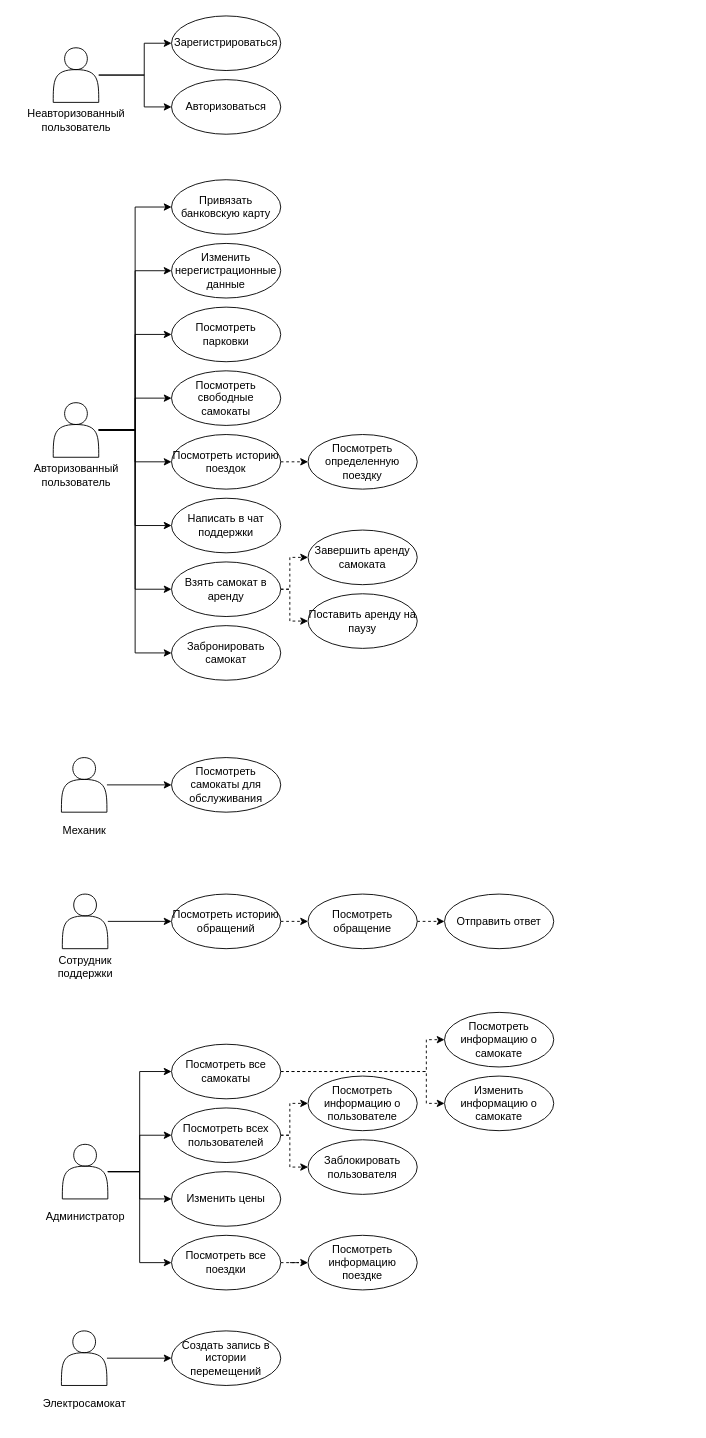
This is docs/inc/img/use-cases.drawio from matveycodes/bmstu-db-cw, a draw.io file, before an edit. Source tidied: cells renumbered, new cells numbered last; positions are measured from the earlier drawing's top-left corner, leaving out a move shared by most shapes. Both pictures are drawn from the tidied source at 91%, with x=0, y=0 at pixel (16, 15).
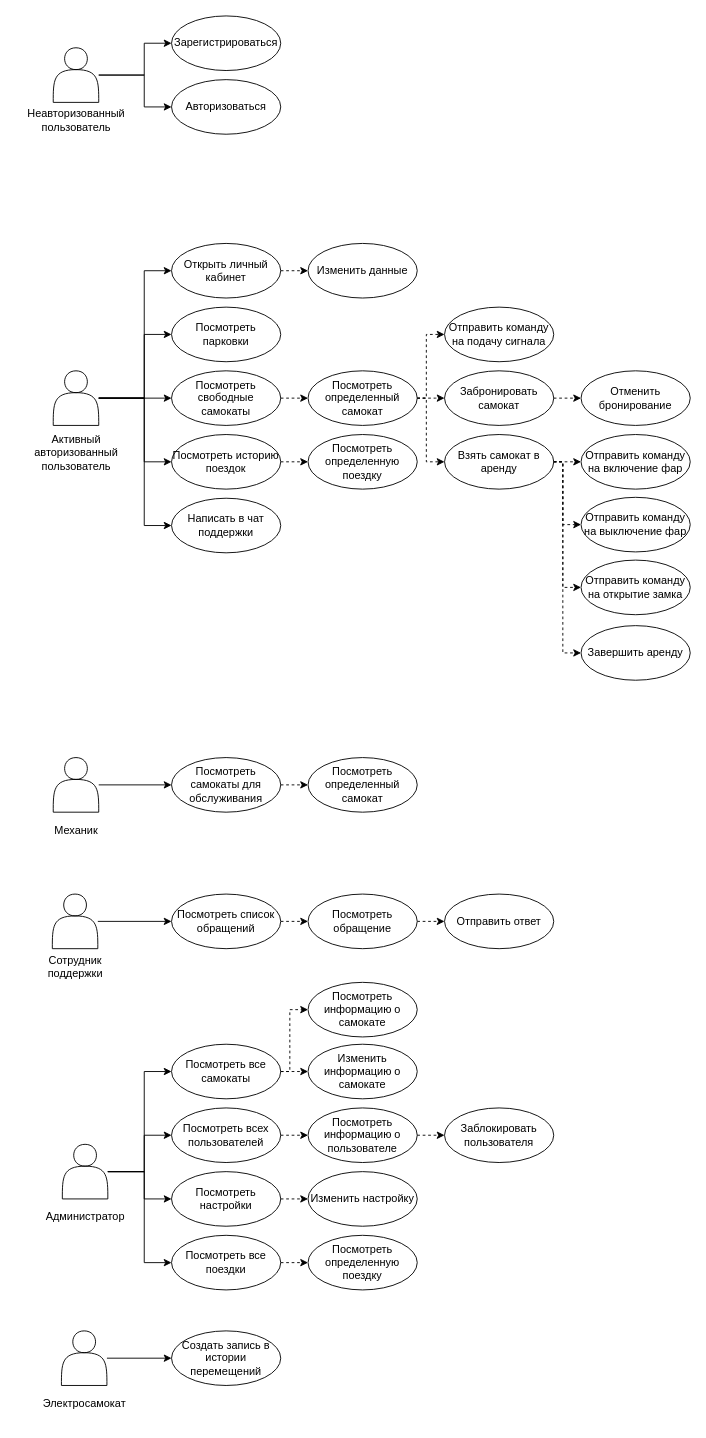
The same diagram, later.

The change refers to these unchanged cells:
```xml
<mxCell id="10" style="shape=actor;whiteSpace=wrap;html=1;" parent="9" vertex="1">
  <mxGeometry x="40" width="50" height="60" as="geometry" />
</mxCell>
<mxCell id="12" style="group;" parent="1" vertex="1">
  <mxGeometry x="170" y="180" width="270" height="550" as="geometry" />
</mxCell>
<mxCell id="15" value="Посмотреть парковки" style="ellipse;whiteSpace=wrap;html=1;" parent="12" vertex="1">
  <mxGeometry y="140" width="120" height="60" as="geometry" />
</mxCell>
<mxCell id="16" value="Посмотреть свободные самокаты" style="ellipse;whiteSpace=wrap;html=1;" parent="12" vertex="1">
  <mxGeometry y="210" width="120" height="60" as="geometry" />
</mxCell>
<mxCell id="18" value="Посмотреть историю поездок" style="ellipse;whiteSpace=wrap;html=1;" parent="12" vertex="1">
  <mxGeometry y="280" width="120" height="60" as="geometry" />
</mxCell>
<mxCell id="20" value="Написать в чат поддержки" style="ellipse;whiteSpace=wrap;html=1;" parent="12" vertex="1">
  <mxGeometry y="350" width="120" height="60" as="geometry" />
</mxCell>
<mxCell id="38" value="Посмотреть самокаты для обслуживания" style="ellipse;whiteSpace=wrap;html=1;" parent="1" vertex="1">
  <mxGeometry x="170" y="815" width="120" height="60" as="geometry" />
</mxCell>
<mxCell id="50" style="shape=actor;whiteSpace=wrap;html=1;" parent="49" vertex="1">
  <mxGeometry x="40" width="50" height="60" as="geometry" />
</mxCell>
<mxCell id="54" value="Посмотреть все самокаты" style="ellipse;whiteSpace=wrap;html=1;" parent="1" vertex="1">
  <mxGeometry x="170" y="1130" width="120" height="60" as="geometry" />
</mxCell>
<mxCell id="57" value="Посмотреть всех пользователей" style="ellipse;whiteSpace=wrap;html=1;" parent="1" vertex="1">
  <mxGeometry x="170" y="1200" width="120" height="60" as="geometry" />
</mxCell>
<mxCell id="61" value="Посмотреть все поездки" style="ellipse;whiteSpace=wrap;html=1;" parent="1" vertex="1">
  <mxGeometry x="170" y="1340" width="120" height="60" as="geometry" />
</mxCell>
```

Change to the diagram source:
```diff
@@
     <mxCell id="9" style="group;" parent="1" vertex="1">
-      <mxGeometry y="425" width="130" height="100" as="geometry" />
+      <mxGeometry y="390" width="195" height="110" as="geometry" />
     </mxCell>
@@
-    <mxCell id="11" value="Авторизованный&lt;br&gt;пользователь" style="text;html=1;align=center;verticalAlign=middle;strokeColor=none;fillColor=none;" parent="9" vertex="1">
-      <mxGeometry x="5" y="60" width="120" height="40" as="geometry" />
+    <mxCell id="11" value="Активный&lt;br&gt;авторизованный&lt;br&gt;пользователь" style="text;html=1;align=center;verticalAlign=middle;strokeColor=none;fillColor=none;" parent="9" vertex="1">
+      <mxGeometry x="5" y="60" width="120" height="60" as="geometry" />
     </mxCell>
@@
-    <mxCell id="13" value="Привязать банковскую карту" style="ellipse;whiteSpace=wrap;html=1;" parent="12" vertex="1">
-      <mxGeometry width="120" height="60" as="geometry" />
-    </mxCell>
-    <mxCell id="14" value="Изменить нерегистрационные данные" style="ellipse;whiteSpace=wrap;html=1;" parent="12" vertex="1">
+    <mxCell id="14" value="Открыть личный кабинет" style="ellipse;whiteSpace=wrap;html=1;" parent="12" vertex="1">
       <mxGeometry y="70" width="120" height="60" as="geometry" />
     </mxCell>
@@
-    <mxCell id="21" style="edgeStyle=orthogonalEdgeStyle;rounded=0;jettySize=auto;html=1;entryX=0;entryY=0.5;entryDx=0;entryDy=0;dashed=1;" parent="12" edge="1" source="23" target="24">
-      <mxGeometry relative="1" as="geometry">
-        <Array as="points">
-          <mxPoint x="130" y="450" />
-          <mxPoint x="130" y="415" />
-        </Array>
-      </mxGeometry>
-    </mxCell>
-    <mxCell id="22" style="edgeStyle=orthogonalEdgeStyle;rounded=0;jettySize=auto;html=1;entryX=0;entryY=0.5;entryDx=0;entryDy=0;dashed=1;" parent="12" edge="1" source="23" target="25">
-      <mxGeometry relative="1" as="geometry">
-        <Array as="points">
-          <mxPoint x="130" y="450" />
-          <mxPoint x="130" y="485" />
-        </Array>
-      </mxGeometry>
-    </mxCell>
-    <mxCell id="23" value="Взять самокат в аренду" style="ellipse;whiteSpace=wrap;html=1;" parent="12" vertex="1">
-      <mxGeometry y="420" width="120" height="60" as="geometry" />
-    </mxCell>
-    <mxCell id="24" value="Завершить аренду самоката" style="ellipse;whiteSpace=wrap;html=1;" parent="12" vertex="1">
-      <mxGeometry x="150" y="385" width="120" height="60" as="geometry" />
-    </mxCell>
-    <mxCell id="25" value="Поставить аренду на паузу" style="ellipse;whiteSpace=wrap;html=1;" parent="12" vertex="1">
-      <mxGeometry x="150" y="455" width="120" height="60" as="geometry" />
-    </mxCell>
-    <mxCell id="26" value="Забронировать самокат" style="ellipse;whiteSpace=wrap;html=1;" parent="12" vertex="1">
-      <mxGeometry y="490" width="120" height="60" as="geometry" />
-    </mxCell>
-    <mxCell id="27" style="edgeStyle=orthogonalEdgeStyle;rounded=0;jettySize=auto;html=1;entryX=0;entryY=0.5;entryDx=0;entryDy=0;" parent="1" edge="1" source="10" target="13">
-      <mxGeometry relative="1" as="geometry" />
-    </mxCell>
+    <mxCell id="75" value="Изменить данные" style="ellipse;whiteSpace=wrap;html=1;" parent="12" vertex="1">
+      <mxGeometry x="150" y="70" width="120" height="60" as="geometry" />
+    </mxCell>
+    <mxCell id="76" style="edgeStyle=orthogonalEdgeStyle;rounded=0;jettySize=auto;html=1;exitX=1;exitY=0.5;exitDx=0;exitDy=0;entryX=0;entryY=0.5;entryDx=0;entryDy=0;dashed=1;" parent="12" edge="1" source="14" target="75">
+      <mxGeometry relative="1" as="geometry" />
+    </mxCell>
+    <mxCell id="77" value="Посмотреть определенный самокат" style="ellipse;whiteSpace=wrap;html=1;" parent="12" vertex="1">
+      <mxGeometry x="150" y="210" width="120" height="60" as="geometry" />
+    </mxCell>
+    <mxCell id="78" style="edgeStyle=orthogonalEdgeStyle;rounded=0;jettySize=auto;html=1;exitX=1;exitY=0.5;exitDx=0;exitDy=0;entryX=0;entryY=0.5;entryDx=0;entryDy=0;dashed=1;" parent="12" edge="1" source="16" target="77">
+      <mxGeometry relative="1" as="geometry" />
+    </mxCell>
     <mxCell id="28" style="edgeStyle=orthogonalEdgeStyle;rounded=0;jettySize=auto;html=1;entryX=0;entryY=0.5;entryDx=0;entryDy=0;" parent="1" edge="1" source="10" target="14">
-      <mxGeometry relative="1" as="geometry" />
+      <mxGeometry relative="1" as="geometry">
+        <Array as="points">
+          <mxPoint x="140" y="420" />
+          <mxPoint x="140" y="280" />
+        </Array>
+      </mxGeometry>
     </mxCell>
     <mxCell id="29" style="edgeStyle=orthogonalEdgeStyle;rounded=0;jettySize=auto;html=1;entryX=0;entryY=0.5;entryDx=0;entryDy=0;" parent="1" edge="1" source="10" target="15">
-      <mxGeometry relative="1" as="geometry" />
+      <mxGeometry relative="1" as="geometry">
+        <Array as="points">
+          <mxPoint x="140" y="420" />
+          <mxPoint x="140" y="350" />
+        </Array>
+      </mxGeometry>
     </mxCell>
@@
     <mxCell id="31" style="edgeStyle=orthogonalEdgeStyle;rounded=0;jettySize=auto;html=1;entryX=0;entryY=0.5;entryDx=0;entryDy=0;" parent="1" edge="1" source="10" target="18">
-      <mxGeometry relative="1" as="geometry" />
+      <mxGeometry relative="1" as="geometry">
+        <Array as="points">
+          <mxPoint x="140" y="420" />
+          <mxPoint x="140" y="490" />
+        </Array>
+      </mxGeometry>
     </mxCell>
     <mxCell id="32" style="edgeStyle=orthogonalEdgeStyle;rounded=0;jettySize=auto;html=1;entryX=0;entryY=0.5;entryDx=0;entryDy=0;" parent="1" edge="1" source="10" target="20">
-      <mxGeometry relative="1" as="geometry" />
+      <mxGeometry relative="1" as="geometry">
+        <Array as="points">
+          <mxPoint x="140" y="420" />
+          <mxPoint x="140" y="560" />
+        </Array>
+      </mxGeometry>
     </mxCell>
-    <mxCell id="33" style="edgeStyle=orthogonalEdgeStyle;rounded=0;jettySize=auto;html=1;entryX=0;entryY=0.5;entryDx=0;entryDy=0;" parent="1" edge="1" source="10" target="23">
-      <mxGeometry relative="1" as="geometry" />
-    </mxCell>
-    <mxCell id="34" style="edgeStyle=orthogonalEdgeStyle;rounded=0;jettySize=auto;html=1;entryX=0;entryY=0.5;entryDx=0;entryDy=0;" parent="1" edge="1" source="10" target="26">
-      <mxGeometry relative="1" as="geometry" />
-    </mxCell>
     <mxCell id="35" style="group;" parent="1" vertex="1">
-      <mxGeometry x="9" y="815" width="130" height="100" as="geometry" />
+      <mxGeometry y="815" width="130" height="100" as="geometry" />
     </mxCell>
@@
     <mxCell id="40" style="group;" parent="1" vertex="1">
-      <mxGeometry x="10" y="965" width="140" height="100" as="geometry" />
+      <mxGeometry x="-1" y="965" width="140" height="100" as="geometry" />
     </mxCell>
@@
-    <mxCell id="44" value="Посмотреть историю обращений" style="ellipse;whiteSpace=wrap;html=1;" parent="1" vertex="1">
+    <mxCell id="44" value="Посмотреть список обращений" style="ellipse;whiteSpace=wrap;html=1;" parent="1" vertex="1">
       <mxGeometry x="170" y="965" width="120" height="60" as="geometry" />
     </mxCell>
@@
-    <mxCell id="52" style="edgeStyle=orthogonalEdgeStyle;rounded=0;jettySize=auto;html=1;entryX=0;entryY=0.5;entryDx=0;entryDy=0;dashed=1;" parent="1" edge="1" source="54" target="68">
-      <mxGeometry relative="1" as="geometry">
-        <Array as="points">
-          <mxPoint x="450" y="1160" />
-          <mxPoint x="450" y="1125" />
-        </Array>
-      </mxGeometry>
-    </mxCell>
-    <mxCell id="53" style="edgeStyle=orthogonalEdgeStyle;rounded=0;jettySize=auto;html=1;entryX=0;entryY=0.5;entryDx=0;entryDy=0;dashed=1;" parent="1" edge="1" source="54" target="69">
-      <mxGeometry relative="1" as="geometry">
-        <Array as="points">
-          <mxPoint x="450" y="1160" />
-          <mxPoint x="450" y="1195" />
-        </Array>
-      </mxGeometry>
-    </mxCell>
@@
-    <mxCell id="55" style="edgeStyle=orthogonalEdgeStyle;rounded=0;jettySize=auto;html=1;entryX=0;entryY=0.5;entryDx=0;entryDy=0;dashed=1;" parent="1" edge="1" source="57" target="66">
-      <mxGeometry relative="1" as="geometry">
-        <Array as="points">
-          <mxPoint x="300" y="1230" />
-          <mxPoint x="300" y="1195" />
-        </Array>
-      </mxGeometry>
-    </mxCell>
-    <mxCell id="56" style="edgeStyle=orthogonalEdgeStyle;rounded=0;jettySize=auto;html=1;entryX=0;entryY=0.5;entryDx=0;entryDy=0;dashed=1;" parent="1" edge="1" source="57" target="67">
-      <mxGeometry relative="1" as="geometry">
-        <Array as="points">
-          <mxPoint x="300" y="1230" />
-          <mxPoint x="300" y="1265" />
-        </Array>
-      </mxGeometry>
-    </mxCell>
@@
-    <mxCell id="58" value="Изменить цены" style="ellipse;whiteSpace=wrap;html=1;" parent="1" vertex="1">
+    <mxCell id="58" value="Посмотреть настройки" style="ellipse;whiteSpace=wrap;html=1;" parent="1" vertex="1">
       <mxGeometry x="170" y="1270" width="120" height="60" as="geometry" />
     </mxCell>
-    <mxCell id="59" value="Посмотреть информацию поездке" style="ellipse;whiteSpace=wrap;html=1;" parent="1" vertex="1">
+    <mxCell id="59" value="Посмотреть определенную поездку" style="ellipse;whiteSpace=wrap;html=1;" parent="1" vertex="1">
       <mxGeometry x="320" y="1340" width="120" height="60" as="geometry" />
     </mxCell>
-    <mxCell id="60" style="edgeStyle=orthogonalEdgeStyle;rounded=0;jettySize=auto;html=1;entryX=0;entryY=0.5;entryDx=0;entryDy=0;dashed=1;" parent="1" edge="1" source="61" target="59">
-      <mxGeometry relative="1" as="geometry" />
-    </mxCell>
@@
     <mxCell id="62" style="edgeStyle=orthogonalEdgeStyle;rounded=0;jettySize=auto;html=1;entryX=0;entryY=0.5;entryDx=0;entryDy=0;" parent="1" edge="1" source="50" target="54">
-      <mxGeometry relative="1" as="geometry" />
+      <mxGeometry relative="1" as="geometry">
+        <Array as="points">
+          <mxPoint x="140" y="1270" />
+          <mxPoint x="140" y="1160" />
+        </Array>
+      </mxGeometry>
     </mxCell>
     <mxCell id="63" style="edgeStyle=orthogonalEdgeStyle;rounded=0;jettySize=auto;html=1;entryX=0;entryY=0.5;entryDx=0;entryDy=0;" parent="1" edge="1" source="50" target="57">
-      <mxGeometry relative="1" as="geometry" />
+      <mxGeometry relative="1" as="geometry">
+        <Array as="points">
+          <mxPoint x="140" y="1270" />
+          <mxPoint x="140" y="1230" />
+        </Array>
+      </mxGeometry>
     </mxCell>
     <mxCell id="64" style="edgeStyle=orthogonalEdgeStyle;rounded=0;jettySize=auto;html=1;entryX=0;entryY=0.5;entryDx=0;entryDy=0;" parent="1" edge="1" source="50" target="58">
-      <mxGeometry relative="1" as="geometry" />
+      <mxGeometry relative="1" as="geometry">
+        <Array as="points">
+          <mxPoint x="140" y="1270" />
+          <mxPoint x="140" y="1300" />
+        </Array>
+      </mxGeometry>
     </mxCell>
     <mxCell id="65" style="edgeStyle=orthogonalEdgeStyle;rounded=0;jettySize=auto;html=1;entryX=0;entryY=0.5;entryDx=0;entryDy=0;" parent="1" edge="1" source="50" target="61">
-      <mxGeometry relative="1" as="geometry" />
+      <mxGeometry relative="1" as="geometry">
+        <Array as="points">
+          <mxPoint x="140" y="1270" />
+          <mxPoint x="140" y="1370" />
+        </Array>
+      </mxGeometry>
     </mxCell>
     <mxCell id="66" value="Посмотреть информацию о пользователе" style="ellipse;whiteSpace=wrap;html=1;" parent="1" vertex="1">
-      <mxGeometry x="320" y="1165" width="120" height="60" as="geometry" />
+      <mxGeometry x="320" y="1200" width="120" height="60" as="geometry" />
     </mxCell>
     <mxCell id="67" value="Заблокировать пользователя" style="ellipse;whiteSpace=wrap;html=1;" parent="1" vertex="1">
-      <mxGeometry x="320" y="1235" width="120" height="60" as="geometry" />
+      <mxGeometry x="470" y="1200" width="120" height="60" as="geometry" />
     </mxCell>
     <mxCell id="68" value="Посмотреть информацию о самокате" style="ellipse;whiteSpace=wrap;html=1;" parent="1" vertex="1">
-      <mxGeometry x="470" y="1095" width="120" height="60" as="geometry" />
+      <mxGeometry x="320" y="1062" width="120" height="60" as="geometry" />
     </mxCell>
     <mxCell id="69" value="Изменить информацию о самокате" style="ellipse;whiteSpace=wrap;html=1;" parent="1" vertex="1">
-      <mxGeometry x="470" y="1165" width="120" height="60" as="geometry" />
+      <mxGeometry x="320" y="1130" width="120" height="60" as="geometry" />
     </mxCell>
@@
+    <mxCell id="23" value="Взять самокат в аренду" style="ellipse;whiteSpace=wrap;html=1;" parent="1" vertex="1">
+      <mxGeometry x="470" y="460" width="120" height="60" as="geometry" />
+    </mxCell>
+    <mxCell id="24" value="Завершить аренду" style="ellipse;whiteSpace=wrap;html=1;" parent="1" vertex="1">
+      <mxGeometry x="620" y="670" width="120" height="60" as="geometry" />
+    </mxCell>
+    <mxCell id="22" style="edgeStyle=orthogonalEdgeStyle;rounded=0;jettySize=auto;html=1;entryX=0;entryY=0.5;entryDx=0;entryDy=0;dashed=1;" parent="1" edge="1" source="23">
+      <mxGeometry relative="1" as="geometry">
+        <mxPoint x="620" y="490" as="targetPoint" />
+        <Array as="points">
+          <mxPoint x="610" y="490" />
+          <mxPoint x="610" y="490" />
+        </Array>
+      </mxGeometry>
+    </mxCell>
+    <mxCell id="79" style="edgeStyle=orthogonalEdgeStyle;rounded=0;jettySize=auto;html=1;entryX=0;entryY=0.5;entryDx=0;entryDy=0;dashed=1;exitX=1;exitY=0.5;exitDx=0;exitDy=0;" parent="1" edge="1" source="77" target="23">
+      <mxGeometry relative="1" as="geometry">
+        <Array as="points">
+          <mxPoint x="450" y="420" />
+          <mxPoint x="450" y="490" />
+        </Array>
+      </mxGeometry>
+    </mxCell>
+    <mxCell id="26" value="Забронировать самокат" style="ellipse;whiteSpace=wrap;html=1;" parent="1" vertex="1">
+      <mxGeometry x="470" y="390" width="120" height="60" as="geometry" />
+    </mxCell>
+    <mxCell id="80" value="Отменить бронирование" style="ellipse;whiteSpace=wrap;html=1;" parent="1" vertex="1">
+      <mxGeometry x="620" y="390" width="120" height="60" as="geometry" />
+    </mxCell>
+    <mxCell id="81" style="edgeStyle=orthogonalEdgeStyle;rounded=0;jettySize=auto;html=1;exitX=1;exitY=0.5;exitDx=0;exitDy=0;entryX=0;entryY=0.5;entryDx=0;entryDy=0;dashed=1;" parent="1" edge="1" source="26" target="80">
+      <mxGeometry relative="1" as="geometry" />
+    </mxCell>
+    <mxCell id="82" style="edgeStyle=orthogonalEdgeStyle;rounded=0;jettySize=auto;html=1;entryX=0;entryY=0.5;entryDx=0;entryDy=0;dashed=1;exitX=1;exitY=0.5;exitDx=0;exitDy=0;" parent="1" edge="1" source="77" target="26">
+      <mxGeometry relative="1" as="geometry">
+        <Array as="points">
+          <mxPoint x="460" y="420" />
+          <mxPoint x="460" y="420" />
+        </Array>
+      </mxGeometry>
+    </mxCell>
+    <mxCell id="83" value="Отправить команду на подачу сигнала" style="ellipse;whiteSpace=wrap;html=1;" parent="1" vertex="1">
+      <mxGeometry x="470" y="320" width="120" height="60" as="geometry" />
+    </mxCell>
+    <mxCell id="84" style="edgeStyle=orthogonalEdgeStyle;rounded=0;jettySize=auto;html=1;entryX=0;entryY=0.5;entryDx=0;entryDy=0;dashed=1;exitX=1;exitY=0.5;exitDx=0;exitDy=0;" parent="1" edge="1" source="77" target="83">
+      <mxGeometry relative="1" as="geometry">
+        <Array as="points">
+          <mxPoint x="450" y="420" />
+          <mxPoint x="450" y="350" />
+        </Array>
+      </mxGeometry>
+    </mxCell>
+    <mxCell id="85" value="Отправить команду на открытие замка" style="ellipse;whiteSpace=wrap;html=1;" parent="1" vertex="1">
+      <mxGeometry x="620" y="598" width="120" height="60" as="geometry" />
+    </mxCell>
+    <mxCell id="86" value="Отправить команду на включение фар" style="ellipse;whiteSpace=wrap;html=1;" parent="1" vertex="1">
+      <mxGeometry x="620" y="460" width="120" height="60" as="geometry" />
+    </mxCell>
+    <mxCell id="87" value="Отправить команду на выключение фар" style="ellipse;whiteSpace=wrap;html=1;" parent="1" vertex="1">
+      <mxGeometry x="620" y="529" width="120" height="60" as="geometry" />
+    </mxCell>
+    <mxCell id="88" style="edgeStyle=orthogonalEdgeStyle;rounded=0;jettySize=auto;html=1;entryX=0;entryY=0.5;entryDx=0;entryDy=0;dashed=1;exitX=1;exitY=0.5;exitDx=0;exitDy=0;" parent="1" edge="1" source="23" target="87">
+      <mxGeometry relative="1" as="geometry">
+        <Array as="points">
+          <mxPoint x="600" y="490" />
+          <mxPoint x="600" y="559" />
+        </Array>
+      </mxGeometry>
+    </mxCell>
+    <mxCell id="89" style="edgeStyle=orthogonalEdgeStyle;rounded=0;jettySize=auto;html=1;entryX=0;entryY=0.5;entryDx=0;entryDy=0;dashed=1;exitX=1;exitY=0.5;exitDx=0;exitDy=0;" parent="1" edge="1" source="23" target="85">
+      <mxGeometry relative="1" as="geometry">
+        <Array as="points">
+          <mxPoint x="600" y="490" />
+          <mxPoint x="600" y="628" />
+        </Array>
+      </mxGeometry>
+    </mxCell>
+    <mxCell id="21" style="edgeStyle=orthogonalEdgeStyle;rounded=0;jettySize=auto;html=1;entryX=0;entryY=0.5;entryDx=0;entryDy=0;dashed=1;exitX=1;exitY=0.5;exitDx=0;exitDy=0;" parent="1" edge="1" source="23" target="24">
+      <mxGeometry relative="1" as="geometry">
+        <Array as="points">
+          <mxPoint x="600" y="490" />
+          <mxPoint x="600" y="700" />
+        </Array>
+      </mxGeometry>
+    </mxCell>
+    <mxCell id="90" value="Посмотреть определенный самокат" style="ellipse;whiteSpace=wrap;html=1;" parent="1" vertex="1">
+      <mxGeometry x="320" y="815" width="120" height="60" as="geometry" />
+    </mxCell>
+    <mxCell id="91" style="edgeStyle=orthogonalEdgeStyle;rounded=0;jettySize=auto;html=1;exitX=1;exitY=0.5;exitDx=0;exitDy=0;entryX=0;entryY=0.5;entryDx=0;entryDy=0;dashed=1;" parent="1" edge="1" source="38" target="90">
+      <mxGeometry relative="1" as="geometry" />
+    </mxCell>
+    <mxCell id="92" value="Изменить настройку" style="ellipse;whiteSpace=wrap;html=1;" parent="1" vertex="1">
+      <mxGeometry x="320" y="1270" width="120" height="60" as="geometry" />
+    </mxCell>
+    <mxCell id="93" style="edgeStyle=orthogonalEdgeStyle;rounded=0;jettySize=auto;html=1;entryX=0;entryY=0.5;entryDx=0;entryDy=0;dashed=1;exitX=1;exitY=0.5;exitDx=0;exitDy=0;" parent="1" edge="1" source="58" target="92">
+      <mxGeometry relative="1" as="geometry" />
+    </mxCell>
+    <mxCell id="60" style="edgeStyle=orthogonalEdgeStyle;rounded=0;jettySize=auto;html=1;entryX=0;entryY=0.5;entryDx=0;entryDy=0;dashed=1;exitX=1;exitY=0.5;exitDx=0;exitDy=0;" parent="1" edge="1" source="61" target="59">
+      <mxGeometry relative="1" as="geometry" />
+    </mxCell>
+    <mxCell id="55" style="edgeStyle=orthogonalEdgeStyle;rounded=0;jettySize=auto;html=1;entryX=0;entryY=0.5;entryDx=0;entryDy=0;dashed=1;exitX=1;exitY=0.5;exitDx=0;exitDy=0;" parent="1" edge="1" source="57" target="66">
+      <mxGeometry relative="1" as="geometry" />
+    </mxCell>
+    <mxCell id="53" style="edgeStyle=orthogonalEdgeStyle;rounded=0;jettySize=auto;html=1;entryX=0;entryY=0.5;entryDx=0;entryDy=0;dashed=1;exitX=1;exitY=0.5;exitDx=0;exitDy=0;" parent="1" edge="1" source="54" target="69">
+      <mxGeometry relative="1" as="geometry" />
+    </mxCell>
+    <mxCell id="52" style="edgeStyle=orthogonalEdgeStyle;rounded=0;jettySize=auto;html=1;entryX=0;entryY=0.5;entryDx=0;entryDy=0;dashed=1;exitX=1;exitY=0.5;exitDx=0;exitDy=0;" parent="1" edge="1" source="54" target="68">
+      <mxGeometry relative="1" as="geometry">
+        <Array as="points">
+          <mxPoint x="300" y="1160" />
+          <mxPoint x="300" y="1092" />
+        </Array>
+      </mxGeometry>
+    </mxCell>
+    <mxCell id="94" style="edgeStyle=orthogonalEdgeStyle;rounded=0;jettySize=auto;html=1;entryX=0;entryY=0.5;entryDx=0;entryDy=0;dashed=1;exitX=1;exitY=0.5;exitDx=0;exitDy=0;" parent="1" edge="1" source="66" target="67">
+      <mxGeometry relative="1" as="geometry" />
+    </mxCell>
```
